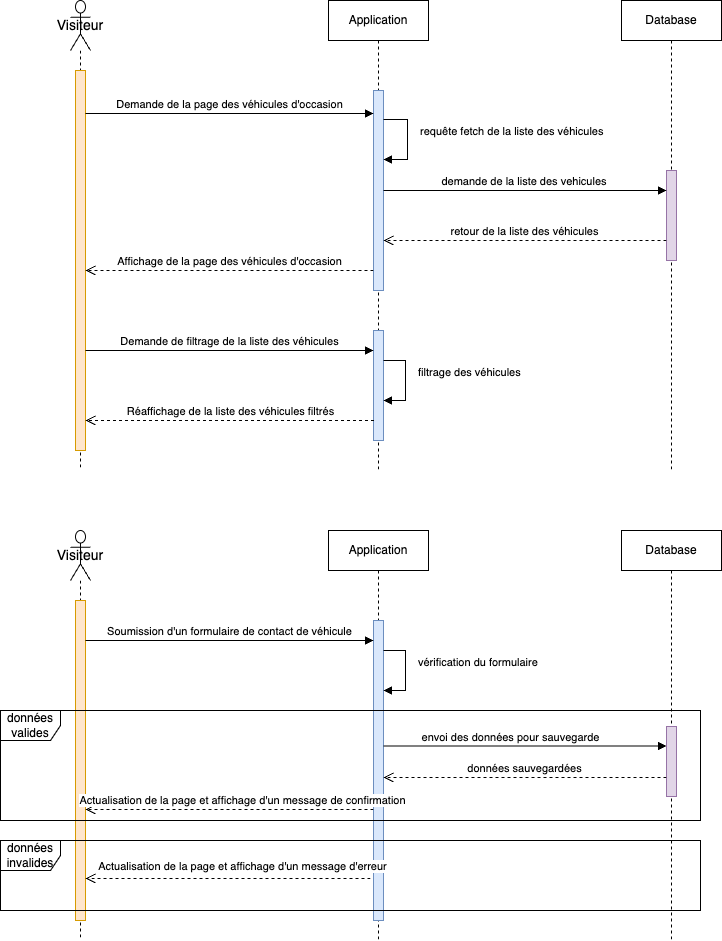
Before: diagramme_sequence.drawio.png, a diagram exported from draw.io (floretcl/ECF-TP-DWWM-Garage-02-06-2023). Source tidied: cells renumbered, new cells last; positions are measured from the earlier drawing's top-left corner, leaving out a move shared by most shapes.
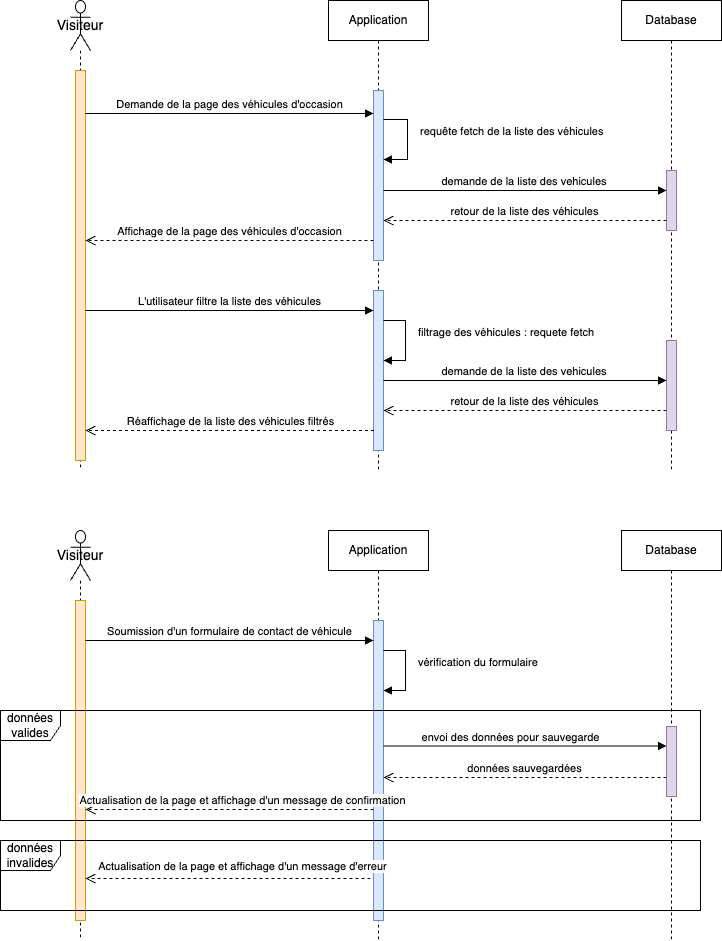
Later version of the same file.

Diff of the diagram source:
```diff
@@ -6,13 +6,13 @@
       <mxGeometry x="70" width="20" height="470" as="geometry" />
     </mxCell>
     <mxCell id="3" style="html=1;points=[[0,0,0,0,5],[0,1,0,0,-5],[1,0,0,0,5],[1,1,0,0,-5]];perimeter=orthogonalPerimeter;outlineConnect=0;targetShapes=umlLifeline;portConstraint=eastwest;newEdgeStyle={&quot;curved&quot;:0,&quot;rounded&quot;:0};labelBackgroundColor=none;fillColor=#ffe6cc;strokeColor=#d79b00;" parent="2" vertex="1">
-      <mxGeometry x="5" y="70" width="10" height="380" as="geometry" />
+      <mxGeometry x="5" y="70" width="10" height="390" as="geometry" />
     </mxCell>
     <mxCell id="4" value="Application" style="shape=umlLifeline;perimeter=lifelinePerimeter;whiteSpace=wrap;html=1;newEdgeStyle={&quot;curved&quot;:0,&quot;rounded&quot;:0};" parent="1" vertex="1">
       <mxGeometry x="328" width="100" height="470" as="geometry" />
     </mxCell>
     <mxCell id="5" style="html=1;perimeter=orthogonalPerimeter;targetShapes=umlLifeline;newEdgeStyle={&quot;curved&quot;:0,&quot;rounded&quot;:0};fillColor=#dae8fc;strokeColor=#6c8ebf;" parent="4" vertex="1">
-      <mxGeometry x="45" y="90" width="10" height="200" as="geometry" />
+      <mxGeometry x="45" y="90" width="10" height="170" as="geometry" />
     </mxCell>
     <mxCell id="6" value="requête fetch de la liste des véhicules" style="html=1;align=left;spacingLeft=2;endArrow=block;rounded=0;edgeStyle=orthogonalEdgeStyle;curved=0;rounded=0;" parent="4" edge="1">
       <mxGeometry x="-0.18" y="9" relative="1" as="geometry">
@@ -25,13 +25,15 @@
       </mxGeometry>
     </mxCell>
     <mxCell id="7" style="html=1;points=[[0,0,0,0,5],[0,1,0,0,-5],[1,0,0,0,5],[1,1,0,0,-5]];perimeter=orthogonalPerimeter;outlineConnect=0;targetShapes=umlLifeline;portConstraint=eastwest;newEdgeStyle={&quot;curved&quot;:0,&quot;rounded&quot;:0};fillColor=#dae8fc;strokeColor=#6c8ebf;" parent="4" vertex="1">
-      <mxGeometry x="45" y="330" width="10" height="110" as="geometry" />
+      <mxGeometry x="45" y="290" width="10" height="160" as="geometry" />
     </mxCell>
-    <mxCell id="8" value="filtrage des véhicules" style="html=1;align=left;spacingLeft=2;endArrow=block;rounded=0;edgeStyle=orthogonalEdgeStyle;curved=0;rounded=0;" parent="4" edge="1" source="7" target="7">
+    <mxCell id="8" value="filtrage des véhicules : requete fetch" style="html=1;align=left;spacingLeft=2;endArrow=block;rounded=0;edgeStyle=orthogonalEdgeStyle;curved=0;rounded=0;" parent="4" edge="1">
       <mxGeometry x="-0.18" y="9" relative="1" as="geometry">
+        <mxPoint x="55" y="320" as="sourcePoint" />
+        <mxPoint x="55" y="360" as="targetPoint" />
         <Array as="points">
+          <mxPoint x="77" y="320" />
           <mxPoint x="77" y="360" />
-          <mxPoint x="77" y="400" />
         </Array>
       </mxGeometry>
     </mxCell>
@@ -39,8 +41,11 @@
       <mxGeometry x="621" width="100" height="470" as="geometry" />
     </mxCell>
     <mxCell id="10" style="html=1;perimeter=orthogonalPerimeter;targetShapes=umlLifeline;newEdgeStyle={&quot;curved&quot;:0,&quot;rounded&quot;:0};fillColor=#e1d5e7;strokeColor=#9673a6;" parent="9" vertex="1">
-      <mxGeometry x="45" y="170" width="10" height="90" as="geometry" />
+      <mxGeometry x="45" y="170" width="10" height="60" as="geometry" />
     </mxCell>
+    <mxCell id="31" style="html=1;points=[[0,0,0,0,5],[0,1,0,0,-5],[1,0,0,0,5],[1,1,0,0,-5]];perimeter=orthogonalPerimeter;outlineConnect=0;targetShapes=umlLifeline;portConstraint=eastwest;newEdgeStyle={&quot;curved&quot;:0,&quot;rounded&quot;:0};fillColor=#e1d5e7;strokeColor=#9673a6;" parent="9" vertex="1">
+      <mxGeometry x="45" y="340" width="10" height="90" as="geometry" />
+    </mxCell>
     <mxCell id="11" value="Demande de la page des véhicules d'occasion" style="html=1;verticalAlign=bottom;endArrow=block;curved=0;rounded=0;spacingLeft=0;horizontal=1;" parent="1" edge="1" source="3">
       <mxGeometry relative="1" as="geometry">
         <mxPoint x="373" y="113" as="targetPoint" />
@@ -57,26 +62,26 @@
     </mxCell>
     <mxCell id="13" value="retour de la liste des véhicules" style="html=1;verticalAlign=bottom;endArrow=open;dashed=1;endSize=8;curved=0;rounded=0;" parent="1" edge="1">
       <mxGeometry relative="1" as="geometry">
-        <mxPoint x="666" y="240" as="sourcePoint" />
-        <mxPoint x="383" y="240" as="targetPoint" />
+        <mxPoint x="666" y="220" as="sourcePoint" />
+        <mxPoint x="383" y="220" as="targetPoint" />
       </mxGeometry>
     </mxCell>
     <mxCell id="14" value="Affichage de la page des véhicules d'occasion" style="html=1;verticalAlign=bottom;endArrow=open;dashed=1;endSize=8;curved=0;rounded=0;" parent="1" edge="1">
       <mxGeometry relative="1" as="geometry">
-        <mxPoint x="373" y="270" as="sourcePoint" />
-        <mxPoint x="85" y="270" as="targetPoint" />
+        <mxPoint x="373" y="240" as="sourcePoint" />
+        <mxPoint x="85" y="240" as="targetPoint" />
       </mxGeometry>
     </mxCell>
-    <mxCell id="15" value="Demande de filtrage de la liste des véhicules" style="html=1;verticalAlign=bottom;endArrow=block;curved=0;rounded=0;" parent="1" edge="1">
+    <mxCell id="15" value="L'utilisateur filtre la liste des véhicules" style="html=1;verticalAlign=bottom;endArrow=block;curved=0;rounded=0;" parent="1" edge="1">
       <mxGeometry relative="1" as="geometry">
-        <mxPoint x="85" y="350" as="sourcePoint" />
-        <mxPoint x="373" y="350" as="targetPoint" />
+        <mxPoint x="85" y="310" as="sourcePoint" />
+        <mxPoint x="373" y="310" as="targetPoint" />
       </mxGeometry>
     </mxCell>
     <mxCell id="16" value="Réaffichage de la liste des véhicules filtrés" style="html=1;verticalAlign=bottom;endArrow=open;dashed=1;endSize=8;curved=0;rounded=0;" parent="1" edge="1">
       <mxGeometry relative="1" as="geometry">
-        <mxPoint x="373.5" y="420" as="sourcePoint" />
-        <mxPoint x="85" y="420" as="targetPoint" />
+        <mxPoint x="373.5" y="430" as="sourcePoint" />
+        <mxPoint x="85" y="430" as="targetPoint" />
       </mxGeometry>
     </mxCell>
     <mxCell id="17" value="Visiteur" style="shape=umlLifeline;perimeter=lifelinePerimeter;whiteSpace=wrap;html=1;newEdgeStyle={&quot;curved&quot;:0,&quot;rounded&quot;:0};participant=umlActor;size=50;align=center;fontSize=14;" parent="1" vertex="1">
@@ -140,5 +145,18 @@
         <mxPoint x="370" y="878" as="sourcePoint" />
       </mxGeometry>
     </mxCell>
+    <mxCell id="32" value="demande de la liste des vehicules&amp;nbsp;" style="html=1;verticalAlign=bottom;endArrow=block;curved=0;rounded=0;" parent="1" edge="1" source="7" target="31">
+      <mxGeometry relative="1" as="geometry">
+        <Array as="points">
+          <mxPoint x="517" y="380" />
+        </Array>
+      </mxGeometry>
+    </mxCell>
+    <mxCell id="33" value="retour de la liste des véhicules" style="html=1;verticalAlign=bottom;endArrow=open;dashed=1;endSize=8;curved=0;rounded=0;" parent="1" edge="1">
+      <mxGeometry relative="1" as="geometry">
+        <mxPoint x="666" y="410" as="sourcePoint" />
+        <mxPoint x="383" y="410" as="targetPoint" />
+      </mxGeometry>
+    </mxCell>
   </root>
 </mxGraphModel>
```
